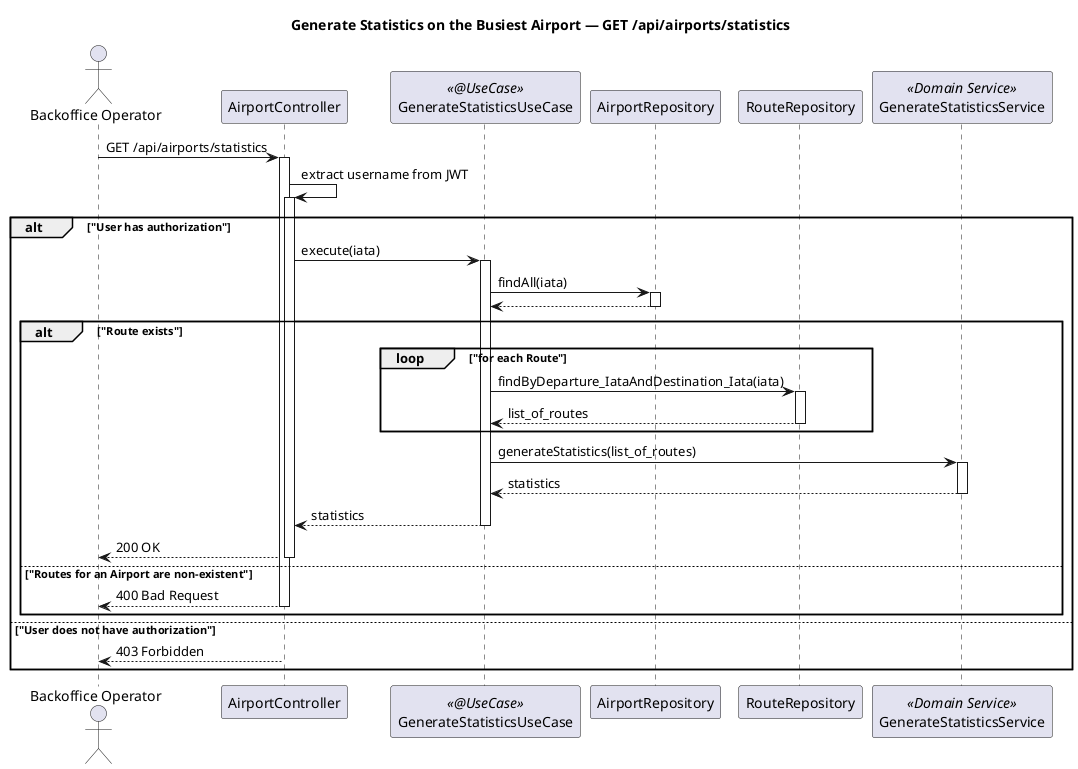
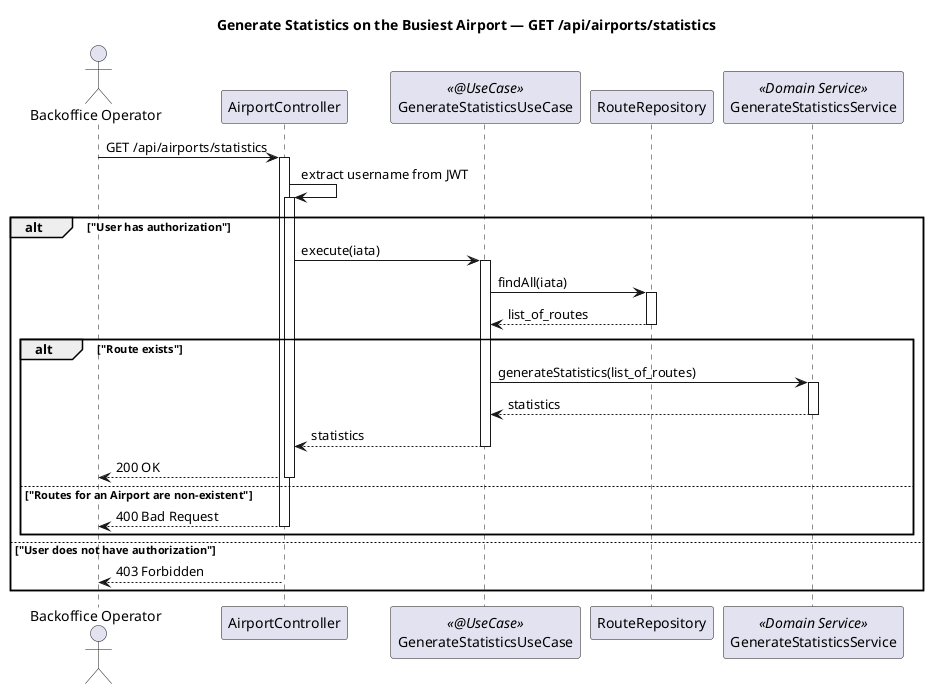
@startuml
title Generate Statistics on the Busiest Airport — GET /api/airports/statistics

autoactivate on

actor "Backoffice Operator" as BO
participant AirportController
participant GenerateStatisticsUseCase <<@UseCase>>
- participant AirportRepository
participant RouteRepository
participant GenerateStatisticsService <<Domain Service>>

BO -> AirportController : GET /api/airports/statistics

AirportController -> AirportController : extract username from JWT
alt "User has authorization"
    AirportController -> GenerateStatisticsUseCase : execute(iata)
-         GenerateStatisticsUseCase -> AirportRepository : findAll(iata)
-             AirportRepository --> GenerateStatisticsUseCase :
+         GenerateStatisticsUseCase -> RouteRepository : findAll(iata)
+             RouteRepository --> GenerateStatisticsUseCase : list_of_routes
        alt "Route exists"
-             loop "for each Route"
-             GenerateStatisticsUseCase -> RouteRepository : findByDeparture_IataAndDestination_Iata(iata)
-             return list_of_routes
-             end
            GenerateStatisticsUseCase -> GenerateStatisticsService :generateStatistics(list_of_routes)
            return statistics
            return statistics
        AirportController --> BO : 200 OK
        else "Routes for an Airport are non-existent"
            AirportController --> BO : 400 Bad Request
        end
else "User does not have authorization"
    AirportController --> BO :403 Forbidden
end

@enduml